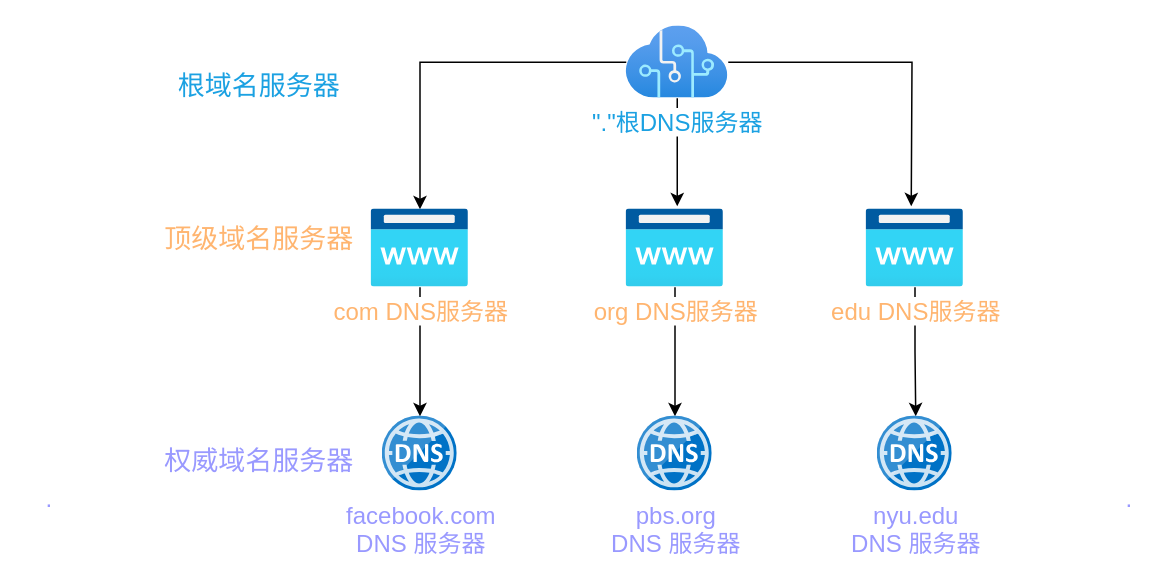
Earlier version of the draw.io diagram DNS层次.drawio (wintrysec/img). Source tidied: cells renumbered, new cells numbered last; positions are measured from the earlier drawing's top-left corner, leaving out a move shared by most shapes. Both pictures are drawn from the tidied source at 150%, with x=0, y=0 at pixel (26, 26).
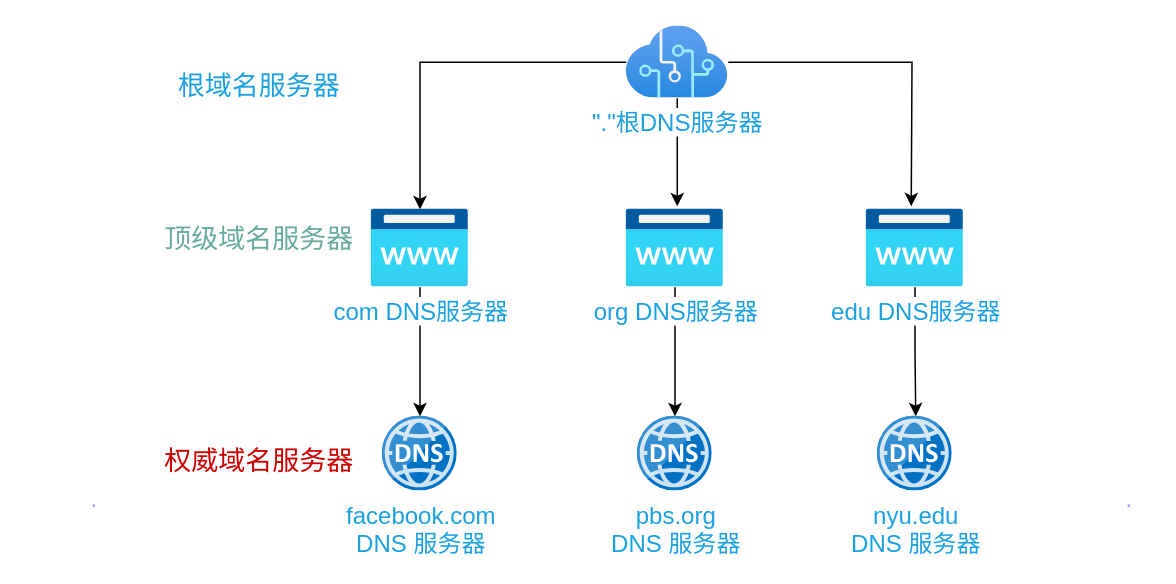
The same diagram, later.

What changed in the source:
```diff
@@
-    <mxCell id="7" value="&lt;font style=&quot;font-size: 16px;&quot; color=&quot;#9999ff&quot;&gt;facebook.com&lt;br&gt;DNS 服务器&lt;br&gt;&lt;/font&gt;" style="sketch=0;html=1;points=[];align=center;image;fontSize=12;image=img/lib/mscae/DNS.svg;fontColor=#7EA6E0;" parent="1" vertex="1">
+    <mxCell id="7" value="&lt;font style=&quot;font-size: 16px;&quot;&gt;&lt;font color=&quot;#1ba1e2&quot;&gt;facebook.com&lt;br&gt;DNS 服务器&lt;/font&gt;&lt;br&gt;&lt;/font&gt;" style="sketch=0;html=1;points=[];align=center;image;fontSize=12;image=img/lib/mscae/DNS.svg;fontColor=#7EA6E0;" parent="1" vertex="1">
       <mxGeometry x="237.5" y="260" width="50" height="50" as="geometry" />
     </mxCell>
@@
-    <mxCell id="9" value="&lt;font color=&quot;#ffb570&quot; style=&quot;font-size: 16px;&quot;&gt;org DNS服务器&lt;/font&gt;" style="html=1;points=[];align=center;image;fontSize=12;image=img/lib/azure2/app_services/App_Service_Domains.svg;fontColor=#7EA6E0;" parent="1" vertex="1">
+    <mxCell id="9" value="&lt;font color=&quot;#1ba1e2&quot; style=&quot;font-size: 16px;&quot;&gt;org DNS服务器&lt;/font&gt;" style="html=1;points=[];align=center;image;fontSize=12;image=img/lib/azure2/app_services/App_Service_Domains.svg;fontColor=#7EA6E0;" parent="1" vertex="1">
       <mxGeometry x="400" y="122" width="65" height="52" as="geometry" />
     </mxCell>
@@
-    <mxCell id="11" value="&lt;font color=&quot;#ffb570&quot; style=&quot;font-size: 16px;&quot;&gt;com DNS服务器&lt;/font&gt;" style="html=1;points=[];align=center;image;fontSize=12;image=img/lib/azure2/app_services/App_Service_Domains.svg;fontColor=#7EA6E0;" parent="1" vertex="1">
+    <mxCell id="11" value="&lt;font color=&quot;#1ba1e2&quot; style=&quot;font-size: 16px;&quot;&gt;com DNS服务器&lt;/font&gt;" style="html=1;points=[];align=center;image;fontSize=12;image=img/lib/azure2/app_services/App_Service_Domains.svg;fontColor=#7EA6E0;" parent="1" vertex="1">
       <mxGeometry x="230" y="122" width="65" height="52" as="geometry" />
     </mxCell>
@@
-    <mxCell id="13" value="&lt;font color=&quot;#ffb570&quot; style=&quot;font-size: 16px;&quot;&gt;edu DNS服务器&lt;/font&gt;" style="html=1;points=[];align=center;image;fontSize=12;image=img/lib/azure2/app_services/App_Service_Domains.svg;fontColor=#7EA6E0;" parent="1" vertex="1">
+    <mxCell id="13" value="&lt;font color=&quot;#1ba1e2&quot; style=&quot;font-size: 16px;&quot;&gt;edu DNS服务器&lt;/font&gt;" style="html=1;points=[];align=center;image;fontSize=12;image=img/lib/azure2/app_services/App_Service_Domains.svg;fontColor=#7EA6E0;" parent="1" vertex="1">
       <mxGeometry x="560" y="122" width="65" height="52" as="geometry" />
     </mxCell>
-    <mxCell id="14" value="&lt;font color=&quot;#ffb570&quot; style=&quot;font-size: 18px;&quot;&gt;顶级域名服务器&lt;/font&gt;" style="text;html=1;align=center;verticalAlign=middle;fillColor=none;strokeColor=none;rounded=0;fontColor=#1BA1E2;" parent="1" vertex="1">
+    <mxCell id="14" value="&lt;font color=&quot;#67ab9f&quot; style=&quot;font-size: 18px;&quot;&gt;顶级域名服务器&lt;/font&gt;" style="text;html=1;align=center;verticalAlign=middle;fillColor=none;strokeColor=none;rounded=0;fontColor=#1BA1E2;" parent="1" vertex="1">
       <mxGeometry x="80" y="122" width="150" height="40" as="geometry" />
     </mxCell>
-    <mxCell id="15" value="&lt;font color=&quot;#9999ff&quot; style=&quot;font-size: 18px;&quot;&gt;权威域名服务器&lt;/font&gt;" style="text;html=1;align=center;verticalAlign=middle;fillColor=none;strokeColor=none;rounded=0;fontColor=#1BA1E2;" parent="1" vertex="1">
+    <mxCell id="15" value="&lt;font color=&quot;#cc0000&quot; style=&quot;font-size: 18px;&quot;&gt;权威域名服务器&lt;/font&gt;" style="text;html=1;align=center;verticalAlign=middle;fillColor=none;strokeColor=none;rounded=0;fontColor=#1BA1E2;" parent="1" vertex="1">
       <mxGeometry x="80" y="270" width="150" height="40" as="geometry" />
     </mxCell>
-    <mxCell id="16" value="&lt;font style=&quot;font-size: 16px;&quot; color=&quot;#9999ff&quot;&gt;pbs.org&lt;br&gt;DNS 服务器&lt;br&gt;&lt;/font&gt;" style="sketch=0;html=1;points=[];align=center;image;fontSize=12;image=img/lib/mscae/DNS.svg;fontColor=#7EA6E0;" parent="1" vertex="1">
+    <mxCell id="16" value="&lt;font style=&quot;font-size: 16px;&quot;&gt;&lt;font color=&quot;#1ba1e2&quot;&gt;pbs.org&lt;br&gt;DNS 服务器&lt;/font&gt;&lt;br&gt;&lt;/font&gt;" style="sketch=0;html=1;points=[];align=center;image;fontSize=12;image=img/lib/mscae/DNS.svg;fontColor=#7EA6E0;" parent="1" vertex="1">
       <mxGeometry x="407.5" y="260" width="50" height="50" as="geometry" />
     </mxCell>
-    <mxCell id="17" value="&lt;font style=&quot;font-size: 16px;&quot; color=&quot;#9999ff&quot;&gt;nyu.edu&lt;br&gt;DNS 服务器&lt;br&gt;&lt;/font&gt;" style="sketch=0;html=1;points=[];align=center;image;fontSize=12;image=img/lib/mscae/DNS.svg;fontColor=#7EA6E0;" parent="1" vertex="1">
+    <mxCell id="17" value="&lt;font style=&quot;font-size: 16px;&quot;&gt;&lt;font color=&quot;#1ba1e2&quot;&gt;nyu.edu&lt;br&gt;DNS 服务器&lt;/font&gt;&lt;br&gt;&lt;/font&gt;" style="sketch=0;html=1;points=[];align=center;image;fontSize=12;image=img/lib/mscae/DNS.svg;fontColor=#7EA6E0;" parent="1" vertex="1">
       <mxGeometry x="567.5" y="260" width="50" height="50" as="geometry" />
     </mxCell>
@@
     <mxCell id="19" value="." style="text;html=1;align=center;verticalAlign=middle;fillColor=none;strokeColor=none;rounded=0;fontSize=16;fontColor=#9999FF;" parent="1" vertex="1">
-      <mxGeometry y="300" width="30" height="30" as="geometry" />
+      <mxGeometry x="30" y="300" width="30" height="30" as="geometry" />
     </mxCell>
```
